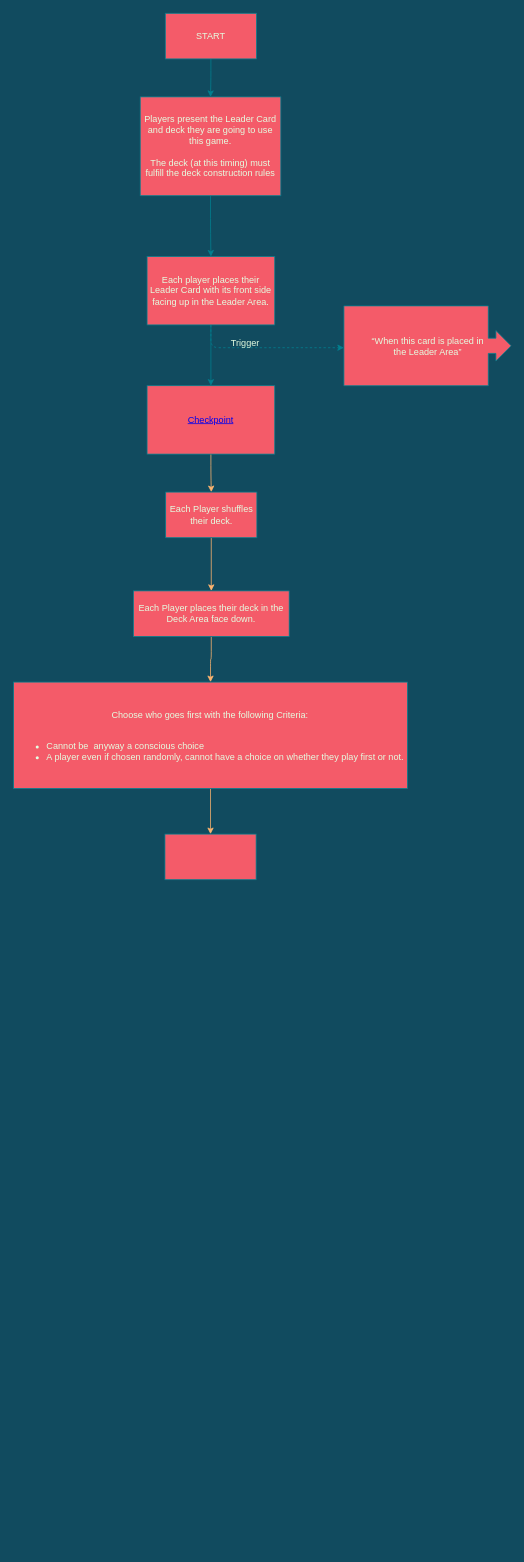
Above: page "Setup Phase" (2 of 3) of diagrams/timing.drawio in Slamerz/Dragon-Ball-Super-Rulings (draw.io), before the change. Source tidied: cells renumbered, new cells numbered last; positions are measured from the earlier drawing's top-left corner, leaving out a move shared by most shapes. Both pictures are drawn from the tidied source at 76%, with x=0, y=0 at pixel (13, 13).
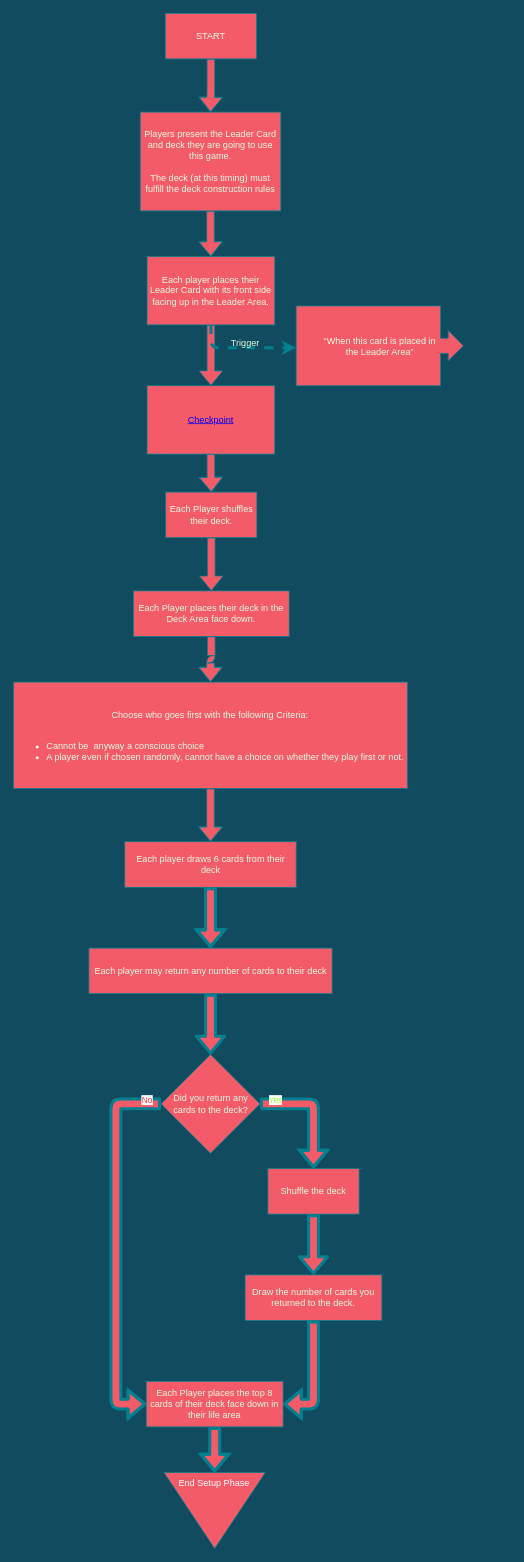
Above is the later version.

Commit message:
Update timing.drawio finished setup phase

Unchanged cells that the change refers to:
```xml
<mxCell id="3" value="START" style="rounded=0;whiteSpace=wrap;html=1;sketch=0;fontColor=#E4FDE1;strokeColor=#028090;fillColor=#F45B69;" parent="1" vertex="1">
  <mxGeometry x="200" width="120" height="60" as="geometry" />
</mxCell>
<mxCell id="8" value="Each player places their Leader Card with its front side&lt;br/&gt;facing up in the Leader Area." style="rounded=0;whiteSpace=wrap;html=1;sketch=0;fontColor=#E4FDE1;strokeColor=#028090;fillColor=#F45B69;" parent="1" vertex="1">
  <mxGeometry x="176" y="320" width="168" height="90" as="geometry" />
</mxCell>
<mxCell id="11" value="&lt;a href=&quot;data:page/id,3pNS6CPOeMwr3DZdlzzK&quot;&gt;Checkpoint&lt;/a&gt;" style="rounded=0;whiteSpace=wrap;html=1;sketch=0;fontColor=#E4FDE1;strokeColor=#028090;fillColor=#F45B69;" parent="1" vertex="1">
  <mxGeometry x="176" y="490" width="168" height="90" as="geometry" />
</mxCell>
<mxCell id="13" value="Each Player shuffles their deck." style="whiteSpace=wrap;html=1;rounded=0;fontColor=#E4FDE1;strokeColor=#028090;fillColor=#F45B69;sketch=0;" parent="1" vertex="1">
  <mxGeometry x="200.5" y="630" width="120" height="60" as="geometry" />
</mxCell>
<mxCell id="15" value="Each Player places their deck in the Deck Area face down." style="whiteSpace=wrap;html=1;rounded=0;fontColor=#E4FDE1;strokeColor=#028090;fillColor=#F45B69;sketch=0;" parent="1" vertex="1">
  <mxGeometry x="158" y="760" width="205" height="60" as="geometry" />
</mxCell>
<mxCell id="17" value="&lt;br&gt;Choose who goes first with the following Criteria:&lt;br&gt;&lt;br&gt;&lt;ul&gt;&lt;li style=&quot;text-align: left&quot;&gt;Cannot be&amp;nbsp; anyway a conscious choice&lt;/li&gt;&lt;li style=&quot;text-align: left&quot;&gt;A player even if chosen randomly, cannot have a choice on whether they play first or not.&lt;/li&gt;&lt;/ul&gt;" style="whiteSpace=wrap;html=1;rounded=0;fontColor=#E4FDE1;strokeColor=#028090;fillColor=#F45B69;sketch=0;" parent="1" vertex="1">
  <mxGeometry x="0.4" y="880" width="518.2" height="140" as="geometry" />
</mxCell>
```

Change to the diagram source:
```diff
@@
-    <mxCell id="2" style="edgeStyle=orthogonalEdgeStyle;curved=0;rounded=1;sketch=0;jettySize=auto;html=1;fontColor=#E4FDE1;strokeColor=#028090;fillColor=#F45B69;" parent="1" edge="1" source="3" target="5">
+    <mxCell id="2" style="shape=flexArrow;endArrow=classic;html=1;fontFamily=Helvetica;fontSize=11;fontColor=#E4FDE1;align=center;strokeColor=#028090;fillColor=#F45B69;edgeStyle=orthogonalEdgeStyle;sketch=0;" parent="1" edge="1" source="3" target="5">
       <mxGeometry relative="1" as="geometry" />
     </mxCell>
@@
-    <mxCell id="4" style="edgeStyle=orthogonalEdgeStyle;curved=0;rounded=1;sketch=0;jettySize=auto;html=1;fontColor=#E4FDE1;strokeColor=#028090;fillColor=#F45B69;" parent="1" edge="1" source="5" target="8">
+    <mxCell id="4" style="shape=flexArrow;endArrow=classic;html=1;fontFamily=Helvetica;fontSize=11;fontColor=#E4FDE1;align=center;strokeColor=#028090;fillColor=#F45B69;edgeStyle=orthogonalEdgeStyle;sketch=0;" parent="1" edge="1" source="5" target="8">
       <mxGeometry relative="1" as="geometry" />
     </mxCell>
     <mxCell id="5" value="Players present the Leader Card and deck they are going to use this game. &lt;br&gt;&lt;br&gt;The deck (at this timing) must fulfill the deck construction rules" style="rounded=0;whiteSpace=wrap;html=1;sketch=0;fontColor=#E4FDE1;strokeColor=#028090;fillColor=#F45B69;" parent="1" vertex="1">
-      <mxGeometry x="167" y="110" width="185" height="130" as="geometry" />
+      <mxGeometry x="167" y="130" width="185" height="130" as="geometry" />
     </mxCell>
-    <mxCell id="6" value="&lt;br&gt;&lt;br&gt;&lt;span style=&quot;color: rgb(228 , 253 , 225) ; font-family: &amp;quot;helvetica&amp;quot; ; font-size: 12px ; font-style: normal ; font-weight: 400 ; letter-spacing: normal ; text-align: center ; text-indent: 0px ; text-transform: none ; word-spacing: 0px ; display: inline ; float: none&quot;&gt;Trigger&lt;/span&gt;&lt;br&gt;" style="edgeStyle=orthogonalEdgeStyle;sketch=0;jettySize=auto;html=1;fontColor=#E4FDE1;strokeColor=#028090;fillColor=#F45B69;rounded=1;dashed=1;labelBackgroundColor=none;" parent="1" edge="1" source="8" target="9">
-      <mxGeometry x="-0.27" y="20" relative="1" as="geometry">
-        <Array as="points">
-          <mxPoint x="260" y="440" />
-        </Array>
-      </mxGeometry>
-    </mxCell>
-    <mxCell id="7" style="edgeStyle=orthogonalEdgeStyle;curved=0;rounded=1;sketch=0;jettySize=auto;html=1;fontColor=#E4FDE1;strokeColor=#028090;fillColor=#F45B69;" parent="1" edge="1" source="8" target="11">
+    <mxCell id="7" style="shape=flexArrow;endArrow=classic;html=1;fontFamily=Helvetica;fontSize=11;fontColor=#E4FDE1;align=center;strokeColor=#028090;fillColor=#F45B69;edgeStyle=orthogonalEdgeStyle;sketch=0;" parent="1" edge="1" source="8" target="11">
       <mxGeometry relative="1" as="geometry" />
     </mxCell>
@@
     <mxCell id="9" value="“When this card is placed in&lt;br&gt;the Leader Area”" style="html=1;shadow=0;dashed=0;align=center;verticalAlign=middle;shape=mxgraph.arrows2.calloutArrow;dy=10;dx=20;notch=190;arrowHead=10;fontFamily=Helvetica;fontSize=12;fontColor=#E4FDE1;strokeColor=#028090;fillColor=#F45B69;sketch=0;" parent="1" vertex="1">
-      <mxGeometry x="435" y="385" width="220" height="105" as="geometry" />
+      <mxGeometry x="372.2" y="385" width="220" height="105" as="geometry" />
     </mxCell>
-    <mxCell id="10" style="edgeStyle=orthogonalEdgeStyle;rounded=1;jettySize=auto;html=1;labelBackgroundColor=none;fontColor=#99FF33;strokeColor=#FFB570;" parent="1" edge="1" source="11" target="13">
+    <mxCell id="10" style="shape=flexArrow;endArrow=classic;html=1;fontFamily=Helvetica;fontSize=11;fontColor=#E4FDE1;align=center;strokeColor=#028090;edgeStyle=orthogonalEdgeStyle;fillColor=#F45B69;sketch=0;" parent="1" edge="1" source="11" target="13">
       <mxGeometry relative="1" as="geometry" />
     </mxCell>
@@
-    <mxCell id="12" style="edgeStyle=orthogonalEdgeStyle;rounded=1;jettySize=auto;html=1;labelBackgroundColor=none;fontColor=#99FF33;strokeColor=#FFB570;" parent="1" edge="1" source="13" target="15">
+    <mxCell id="12" style="shape=flexArrow;endArrow=classic;html=1;fontFamily=Helvetica;fontSize=11;fontColor=#E4FDE1;align=center;strokeColor=#028090;edgeStyle=orthogonalEdgeStyle;fillColor=#F45B69;sketch=0;" parent="1" edge="1" source="13" target="15">
       <mxGeometry relative="1" as="geometry" />
     </mxCell>
@@
-    <mxCell id="14" style="edgeStyle=orthogonalEdgeStyle;rounded=1;jettySize=auto;html=1;labelBackgroundColor=none;fontColor=#99FF33;strokeColor=#FFB570;" parent="1" edge="1" source="15" target="17">
+    <mxCell id="14" style="shape=flexArrow;endArrow=classic;html=1;fontFamily=Helvetica;fontSize=11;fontColor=#E4FDE1;align=center;strokeColor=#028090;edgeStyle=orthogonalEdgeStyle;fillColor=#F45B69;sketch=0;" parent="1" edge="1" source="15" target="17">
       <mxGeometry relative="1" as="geometry" />
     </mxCell>
@@
-    <mxCell id="16" style="edgeStyle=orthogonalEdgeStyle;rounded=1;jettySize=auto;html=1;labelBackgroundColor=none;fontColor=#99FF33;strokeColor=#FFB570;" parent="1" edge="1" source="17" target="18">
+    <mxCell id="16" style="shape=flexArrow;endArrow=classic;html=1;fontFamily=Helvetica;fontSize=11;fontColor=#E4FDE1;align=center;strokeColor=#028090;edgeStyle=orthogonalEdgeStyle;fillColor=#F45B69;sketch=0;" parent="1" edge="1" source="17" target="18">
       <mxGeometry relative="1" as="geometry" />
     </mxCell>
@@
+    <mxCell id="19" style="edgeStyle=orthogonalEdgeStyle;shape=flexArrow;jettySize=auto;html=1;fontColor=#FF3333;strokeColor=#028090;strokeWidth=4;fillColor=#F45B69;" parent="1" edge="1" source="18" target="21">
+      <mxGeometry relative="1" as="geometry" />
+    </mxCell>
-    <mxCell id="18" style="whiteSpace=wrap;html=1;rounded=0;fontColor=#E4FDE1;strokeColor=#028090;fillColor=#F45B69;sketch=0;" parent="1" vertex="1">
-      <mxGeometry x="199.5" y="1080" width="120" height="60" as="geometry" />
+    <mxCell id="18" value="Each player draws 6 cards from their deck" style="whiteSpace=wrap;html=1;rounded=0;fontColor=#E4FDE1;strokeColor=#028090;fillColor=#F45B69;sketch=0;" parent="1" vertex="1">
+      <mxGeometry x="146.7" y="1090" width="225.5" height="60" as="geometry" />
     </mxCell>
+    <mxCell id="20" style="edgeStyle=orthogonalEdgeStyle;shape=flexArrow;jettySize=auto;html=1;fontColor=#FF3333;strokeColor=#028090;strokeWidth=4;fillColor=#F45B69;" parent="1" edge="1" source="21" target="24">
+      <mxGeometry relative="1" as="geometry" />
+    </mxCell>
+    <mxCell id="21" value="Each player may return any number of cards to their deck" style="whiteSpace=wrap;html=1;rounded=0;fontColor=#E4FDE1;strokeColor=#028090;fillColor=#F45B69;sketch=0;" parent="1" vertex="1">
+      <mxGeometry x="99.5" y="1230" width="320" height="60" as="geometry" />
+    </mxCell>
+    <mxCell id="22" value="Yes" style="edgeStyle=orthogonalEdgeStyle;shape=flexArrow;jettySize=auto;html=1;fontColor=#99FF33;strokeColor=#028090;strokeWidth=4;fillColor=#F45B69;" parent="1" edge="1" source="24" target="26">
+      <mxGeometry x="-0.74" y="5" relative="1" as="geometry" />
+    </mxCell>
+    <mxCell id="23" value="No" style="edgeStyle=orthogonalEdgeStyle;shape=flexArrow;jettySize=auto;html=1;exitX=0;exitY=0.5;exitDx=0;exitDy=0;entryX=0;entryY=0.5;entryDx=0;entryDy=0;fontColor=#FF3333;strokeColor=#028090;strokeWidth=4;fillColor=#F45B69;" parent="1" edge="1" source="24" target="30">
+      <mxGeometry x="-0.92" y="-5" relative="1" as="geometry">
+        <Array as="points">
+          <mxPoint x="135" y="1435" />
+          <mxPoint x="135" y="1830" />
+        </Array>
+        <mxPoint x="1" as="offset" />
+      </mxGeometry>
+    </mxCell>
+    <mxCell id="24" value="Did you return any cards to the deck?" style="rhombus;whiteSpace=wrap;html=1;rounded=0;fontColor=#E4FDE1;strokeColor=#028090;fillColor=#F45B69;sketch=0;" parent="1" vertex="1">
+      <mxGeometry x="194.5" y="1370" width="130" height="130" as="geometry" />
+    </mxCell>
+    <mxCell id="25" style="edgeStyle=orthogonalEdgeStyle;shape=flexArrow;jettySize=auto;html=1;fontColor=#99FF33;strokeColor=#028090;strokeWidth=4;fillColor=#F45B69;" parent="1" edge="1" source="26" target="28">
+      <mxGeometry relative="1" as="geometry" />
+    </mxCell>
+    <mxCell id="26" value="Shuffle the deck" style="whiteSpace=wrap;html=1;rounded=0;fontColor=#E4FDE1;strokeColor=#028090;fillColor=#F45B69;sketch=0;" parent="1" vertex="1">
+      <mxGeometry x="335" y="1520" width="120" height="60" as="geometry" />
+    </mxCell>
+    <mxCell id="6" value="&lt;br&gt;&lt;br&gt;&lt;span style=&quot;color: rgb(228 , 253 , 225) ; font-family: &amp;quot;helvetica&amp;quot; ; font-size: 12px ; font-style: normal ; font-weight: 400 ; letter-spacing: normal ; text-align: center ; text-indent: 0px ; text-transform: none ; word-spacing: 0px ; display: inline ; float: none&quot;&gt;Trigger&lt;/span&gt;&lt;br&gt;" style="edgeStyle=orthogonalEdgeStyle;sketch=0;jettySize=auto;html=1;fontColor=#E4FDE1;strokeColor=#028090;fillColor=#F45B69;rounded=1;dashed=1;labelBackgroundColor=none;strokeWidth=4;" parent="1" edge="1" source="8" target="9">
+      <mxGeometry x="0.05" y="20" relative="1" as="geometry">
+        <Array as="points">
+          <mxPoint x="260" y="440" />
+        </Array>
+      </mxGeometry>
+    </mxCell>
+    <mxCell id="27" style="edgeStyle=orthogonalEdgeStyle;shape=flexArrow;jettySize=auto;html=1;fontColor=#99FF33;strokeColor=#028090;strokeWidth=4;fillColor=#F45B69;entryX=1;entryY=0.5;entryDx=0;entryDy=0;" parent="1" edge="1" source="28" target="30">
+      <mxGeometry relative="1" as="geometry" />
+    </mxCell>
+    <mxCell id="28" value="Draw the number of cards you returned to the deck." style="whiteSpace=wrap;html=1;rounded=0;fontColor=#E4FDE1;strokeColor=#028090;fillColor=#F45B69;sketch=0;" parent="1" vertex="1">
+      <mxGeometry x="305" y="1660" width="180" height="60" as="geometry" />
+    </mxCell>
+    <mxCell id="29" style="edgeStyle=orthogonalEdgeStyle;shape=flexArrow;jettySize=auto;html=1;exitX=0.5;exitY=1;exitDx=0;exitDy=0;fontColor=#FFFFFF;strokeColor=#028090;strokeWidth=4;fillColor=#F45B69;" parent="1" edge="1" source="30" target="31">
+      <mxGeometry relative="1" as="geometry" />
+    </mxCell>
+    <mxCell id="30" value="Each Player places the top 8 cards of their deck face down in their life area" style="whiteSpace=wrap;html=1;rounded=0;fontColor=#E4FDE1;strokeColor=#028090;fillColor=#F45B69;sketch=0;" parent="1" vertex="1">
+      <mxGeometry x="175" y="1800" width="180" height="60" as="geometry" />
+    </mxCell>
+    <mxCell id="31" value="End Setup Phase" style="triangle;whiteSpace=wrap;html=1;rounded=0;labelBackgroundColor=none;sketch=0;fontColor=#FFFFFF;strokeColor=#028090;fillColor=#F45B69;direction=south;verticalAlign=top;" parent="1" vertex="1">
+      <mxGeometry x="198.3" y="1920" width="133.3" height="100" as="geometry" />
+    </mxCell>
```
